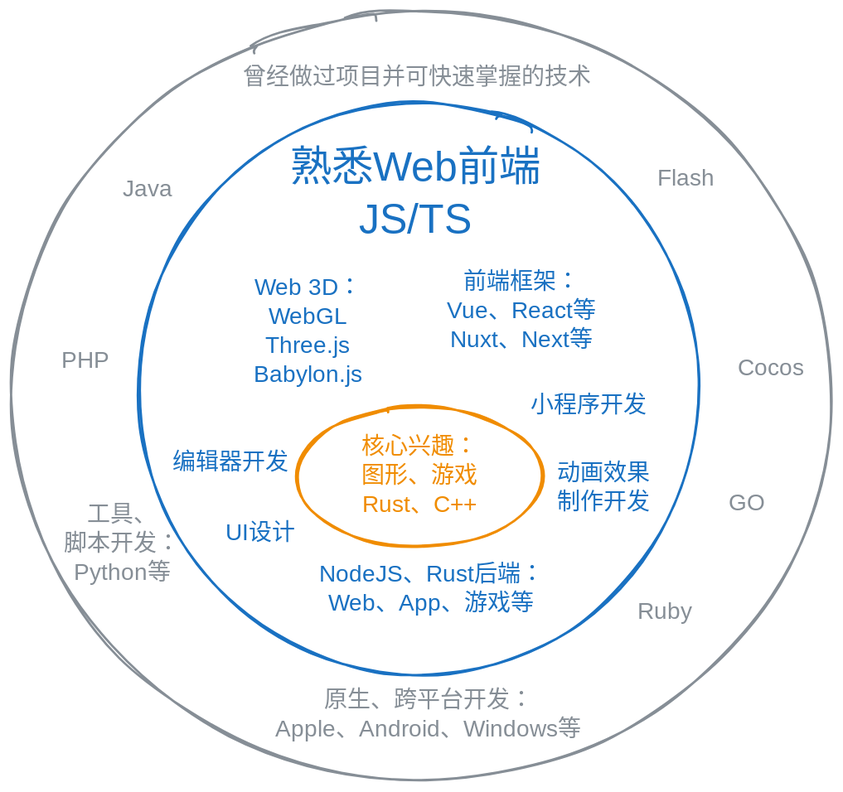
Before: public/images/my-it-skills2.excalidraw.svg, a diagram exported from Excalidraw (LiveCatXY/LiveBay). Source tidied: one line per element, renumbered; positions are measured from the earlier drawing's top-left corner, leaving out a move shared by most shapes.
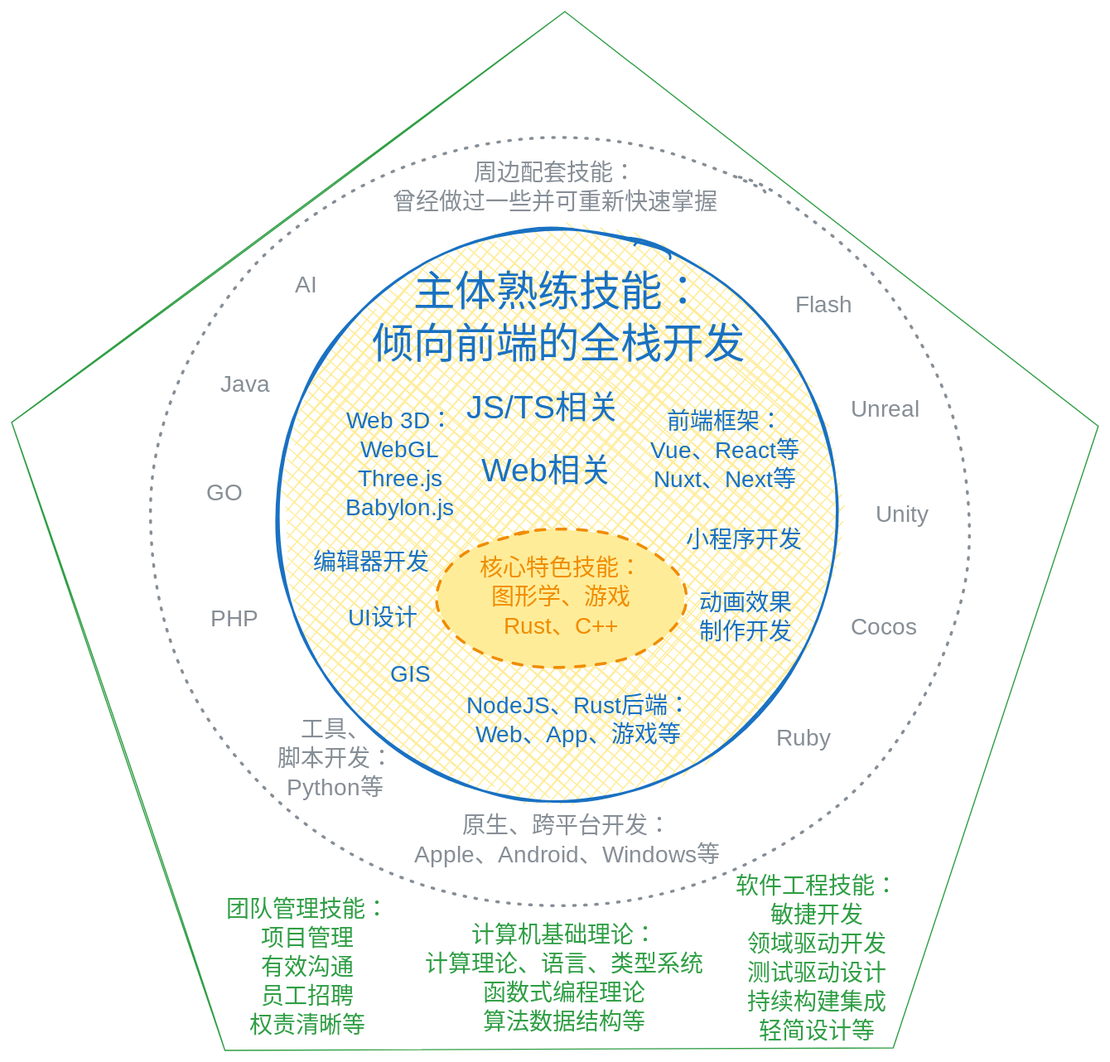
The same diagram one commit later.

What changed in the source:
```diff
@@ -1,21 +1,31 @@
+{"id": 21, "type": "line", "strokeColor": "#2f9e44", "strokeWidth": 1, "roughness": 1, "x": 358, "y": -109, "width": 937, "height": 896, "points": [[0, 0], [-477, 354], [-293, 896], [283, 894], [460, 358], [0, 0]]}
-{"id": 0, "type": "ellipse", "strokeColor": "#1971c2", "strokeWidth": 2, "roughness": 1, "round": true, "x": 110, "y": 78, "width": 482, "height": 494}
+{"id": 0, "type": "ellipse", "strokeColor": "#1971c2", "backgroundColor": "#ffec99", "fillStyle": "cross-hatch", "strokeWidth": 2, "roughness": 1, "round": true, "x": 110, "y": 78, "width": 482, "height": 494}
-{"id": 1, "type": "ellipse", "strokeColor": "#f08c00", "strokeWidth": 2, "roughness": 1, "round": true, "x": 245, "y": 341, "width": 213, "height": 120}
+{"id": 1, "type": "ellipse", "strokeColor": "#f08c00", "backgroundColor": "#ffec99", "fillStyle": "solid", "strokeWidth": 2, "strokeStyle": "dashed", "roughness": 1, "round": true, "x": 247, "y": 337, "width": 215, "height": 120}
-{"id": 2, "type": "text", "text": "核心兴趣：\n图形、游戏\nRust、C++", "strokeColor": "#f08c00", "strokeWidth": 2, "roughness": 1, "fontSize": 20, "fontFamily": 5, "textAlign": "center", "verticalAlign": "middle", "inside": 1, "x": 300, "y": 364, "width": 102, "height": 75}
+{"id": 2, "type": "text", "text": "核心特色技能：\n图形学、游戏\nRust、C++", "strokeColor": "#f08c00", "strokeWidth": 2, "roughness": 1, "fontSize": 20, "fontFamily": 5, "textAlign": "center", "verticalAlign": "middle", "inside": 1, "x": 284, "y": 360, "width": 140, "height": 75}
-{"id": 3, "type": "text", "text": "熟悉Web前端\nJS/TS", "strokeColor": "#1971c2", "strokeWidth": 2, "roughness": 1, "fontSize": 36, "fontFamily": 5, "textAlign": "center", "x": 243, "y": 114, "width": 211, "height": 90}
+{"id": 3, "type": "text", "text": "主体熟练技能：\n倾向前端的全栈开发", "strokeColor": "#1971c2", "strokeWidth": 2, "roughness": 1, "fontSize": 36, "fontFamily": 5, "textAlign": "center", "x": 190, "y": 113, "width": 324, "height": 90}
-{"id": 4, "type": "text", "text": "前端框架：\nVue、React等\nNuxt、Next等", "strokeColor": "#1971c2", "strokeWidth": 2, "roughness": 1, "fontSize": 20, "fontFamily": 5, "textAlign": "center", "x": 373, "y": 222, "width": 133, "height": 75}
+{"id": 4, "type": "text", "text": "前端框架：\nVue、React等\nNuxt、Next等", "strokeColor": "#1971c2", "strokeWidth": 2, "roughness": 1, "fontSize": 20, "fontFamily": 5, "textAlign": "center", "x": 429, "y": 233, "width": 133, "height": 75}
-{"id": 5, "type": "text", "text": "NodeJS、Rust后端：\nWeb、App、游戏等", "strokeColor": "#1971c2", "strokeWidth": 2, "roughness": 1, "fontSize": 20, "fontFamily": 5, "textAlign": "center", "x": 262, "y": 474, "width": 199, "height": 50}
+{"id": 5, "type": "text", "text": "NodeJS、Rust后端：\nWeb、App、游戏等", "strokeColor": "#1971c2", "strokeWidth": 2, "roughness": 1, "fontSize": 20, "fontFamily": 5, "textAlign": "center", "x": 270, "y": 478, "width": 199, "height": 50}
-{"id": 6, "type": "text", "text": "Web 3D：\nWebGL\nThree.js\nBabylon.js", "strokeColor": "#1971c2", "strokeWidth": 2, "roughness": 1, "fontSize": 20, "fontFamily": 5, "textAlign": "center", "x": 206, "y": 227, "width": 98, "height": 100}
+{"id": 6, "type": "text", "text": "Web 3D：\nWebGL\nThree.js\nBabylon.js", "strokeColor": "#1971c2", "strokeWidth": 2, "roughness": 1, "fontSize": 20, "fontFamily": 5, "textAlign": "center", "x": 166, "y": 233, "width": 98, "height": 100}
-{"id": 7, "type": "ellipse", "strokeColor": "#868e96", "strokeWidth": 2, "roughness": 1, "round": true, "x": 0, "y": 0, "width": 707, "height": 663}
+{"id": 7, "type": "ellipse", "strokeColor": "#868e96", "strokeWidth": 2, "strokeStyle": "dotted", "roughness": 1, "round": true, "x": 0, "y": 0, "width": 707, "height": 663}
 {"id": 8, "type": "text", "text": "原生、跨平台开发：\nApple、Android、Windows等", "strokeColor": "#868e96", "strokeWidth": 2, "roughness": 1, "fontSize": 20, "fontFamily": 5, "textAlign": "center", "x": 227, "y": 582, "width": 264, "height": 50}
-{"id": 9, "type": "text", "text": "工具、\n脚本开发：\nPython等", "strokeColor": "#868e96", "strokeWidth": 2, "roughness": 1, "fontSize": 20, "fontFamily": 5, "textAlign": "center", "x": 45, "y": 422, "width": 100, "height": 75}
+{"id": 9, "type": "text", "text": "工具、\n脚本开发：\nPython等", "strokeColor": "#868e96", "strokeWidth": 2, "roughness": 1, "fontSize": 20, "fontFamily": 5, "textAlign": "center", "x": 110, "y": 499, "width": 100, "height": 75}
-{"id": 10, "type": "text", "text": "动画效果\n制作开发", "strokeColor": "#1971c2", "strokeWidth": 2, "roughness": 1, "fontSize": 20, "fontFamily": 5, "textAlign": "center", "x": 470, "y": 387, "width": 80, "height": 50}
+{"id": 10, "type": "text", "text": "动画效果\n制作开发", "strokeColor": "#1971c2", "strokeWidth": 2, "roughness": 1, "fontSize": 20, "fontFamily": 5, "textAlign": "center", "x": 473, "y": 390, "width": 80, "height": 50}
-{"id": 11, "type": "text", "text": "UI设计", "strokeColor": "#1971c2", "strokeWidth": 2, "roughness": 1, "fontSize": 20, "fontFamily": 5, "textAlign": "center", "x": 181, "y": 438, "width": 65, "height": 25}
+{"id": 11, "type": "text", "text": "UI设计", "strokeColor": "#1971c2", "strokeWidth": 2, "roughness": 1, "fontSize": 20, "fontFamily": 5, "textAlign": "center", "x": 167, "y": 403, "width": 65, "height": 25}
+{"id": 22, "type": "text", "text": "GIS", "strokeColor": "#1971c2", "strokeWidth": 2, "roughness": 1, "fontSize": 20, "fontFamily": 5, "textAlign": "center", "x": 205, "y": 451, "width": 39, "height": 25}
-{"id": 12, "type": "text", "text": "编辑器开发", "strokeColor": "#1971c2", "strokeWidth": 2, "roughness": 1, "fontSize": 20, "fontFamily": 5, "textAlign": "center", "x": 138, "y": 377, "width": 100, "height": 25}
+{"id": 12, "type": "text", "text": "编辑器开发", "strokeColor": "#1971c2", "strokeWidth": 2, "roughness": 1, "fontSize": 20, "fontFamily": 5, "textAlign": "center", "x": 140, "y": 354, "width": 100, "height": 25}
 {"id": 13, "type": "text", "text": "Flash", "strokeColor": "#868e96", "strokeWidth": 2, "roughness": 1, "fontSize": 20, "fontFamily": 5, "textAlign": "center", "x": 555, "y": 133, "width": 51, "height": 25}
+{"id": 23, "type": "text", "text": "Unity", "strokeColor": "#868e96", "strokeWidth": 2, "roughness": 1, "fontSize": 20, "fontFamily": 5, "textAlign": "center", "x": 622, "y": 313, "width": 52, "height": 25}
+{"id": 24, "type": "text", "text": "Unreal", "strokeColor": "#868e96", "strokeWidth": 2, "roughness": 1, "fontSize": 20, "fontFamily": 5, "textAlign": "center", "x": 604, "y": 222, "width": 60, "height": 25}
-{"id": 14, "type": "text", "text": "GO", "strokeColor": "#868e96", "strokeWidth": 2, "roughness": 1, "fontSize": 20, "fontFamily": 5, "textAlign": "center", "x": 618, "y": 413, "width": 31, "height": 25}
+{"id": 14, "type": "text", "text": "GO", "strokeColor": "#868e96", "strokeWidth": 2, "roughness": 1, "fontSize": 20, "fontFamily": 5, "textAlign": "center", "x": 49, "y": 294, "width": 31, "height": 25}
 {"id": 15, "type": "text", "text": "Ruby", "strokeColor": "#868e96", "strokeWidth": 2, "roughness": 1, "fontSize": 20, "fontFamily": 5, "textAlign": "center", "x": 539, "y": 506, "width": 47, "height": 25}
-{"id": 16, "type": "text", "text": "Java", "strokeColor": "#868e96", "strokeWidth": 2, "roughness": 1, "fontSize": 20, "fontFamily": 5, "textAlign": "center", "x": 95, "y": 141, "width": 44, "height": 25}
+{"id": 16, "type": "text", "text": "Java", "strokeColor": "#868e96", "strokeWidth": 2, "roughness": 1, "fontSize": 20, "fontFamily": 5, "textAlign": "center", "x": 60, "y": 201, "width": 44, "height": 25}
-{"id": 17, "type": "text", "text": "曾经做过项目并可快速掌握的技术", "strokeColor": "#868e96", "strokeWidth": 2, "roughness": 1, "fontSize": 20, "fontFamily": 5, "textAlign": "center", "x": 199, "y": 45, "width": 300, "height": 25}
+{"id": 17, "type": "text", "text": "周边配套技能：\n曾经做过一些并可重新快速掌握", "strokeColor": "#868e96", "strokeWidth": 2, "roughness": 1, "fontSize": 20, "fontFamily": 5, "textAlign": "center", "x": 209, "y": 19, "width": 280, "height": 50}
-{"id": 18, "type": "text", "text": "Cocos", "strokeColor": "#868e96", "strokeWidth": 2, "roughness": 1, "fontSize": 20, "fontFamily": 5, "textAlign": "center", "x": 626, "y": 296, "width": 58, "height": 25}
+{"id": 18, "type": "text", "text": "Cocos", "strokeColor": "#868e96", "strokeWidth": 2, "roughness": 1, "fontSize": 20, "fontFamily": 5, "textAlign": "center", "x": 604, "y": 410, "width": 58, "height": 25}
-{"id": 19, "type": "text", "text": "PHP", "strokeColor": "#868e96", "strokeWidth": 2, "roughness": 1, "fontSize": 20, "fontFamily": 5, "textAlign": "center", "x": 44, "y": 289, "width": 39, "height": 25}
+{"id": 19, "type": "text", "text": "PHP", "strokeColor": "#868e96", "strokeWidth": 2, "roughness": 1, "fontSize": 20, "fontFamily": 5, "textAlign": "center", "x": 53, "y": 403, "width": 39, "height": 25}
-{"id": 20, "type": "text", "text": "小程序开发", "strokeColor": "#1971c2", "strokeWidth": 2, "roughness": 1, "fontSize": 20, "fontFamily": 5, "x": 448, "y": 328, "width": 100, "height": 25}
+{"id": 20, "type": "text", "text": "小程序开发", "strokeColor": "#1971c2", "strokeWidth": 2, "roughness": 1, "fontSize": 20, "fontFamily": 5, "x": 462, "y": 335, "width": 100, "height": 25}
+{"id": 25, "type": "text", "text": "计算机基础理论：\n计算理论、语言、类型系统\n函数式编程理论\n算法数据结构等", "strokeColor": "#2f9e44", "strokeWidth": 2, "strokeStyle": "dashed", "roughness": 1, "fontSize": 20, "fontFamily": 5, "textAlign": "center", "x": 237, "y": 676, "width": 240, "height": 100}
+{"id": 26, "type": "text", "text": "软件工程技能：\n敏捷开发\n领域驱动开发\n测试驱动设计\n持续构建集成\n轻简设计等", "strokeColor": "#2f9e44", "strokeWidth": 2, "strokeStyle": "dashed", "roughness": 1, "fontSize": 20, "fontFamily": 5, "textAlign": "center", "x": 505, "y": 634, "width": 140, "height": 150}
+{"id": 27, "type": "text", "text": "AI", "strokeColor": "#868e96", "strokeWidth": 2, "roughness": 1, "fontSize": 20, "fontFamily": 5, "textAlign": "center", "x": 122, "y": 115, "width": 24, "height": 25}
+{"id": 28, "type": "text", "text": "团队管理技能：\n项目管理\n有效沟通\n员工招聘\n权责清晰等", "strokeColor": "#2f9e44", "strokeWidth": 2, "strokeStyle": "dashed", "roughness": 1, "fontSize": 20, "fontFamily": 5, "textAlign": "center", "x": 66, "y": 654, "width": 140, "height": 125}
+{"id": 29, "type": "text", "text": "Web相关", "strokeColor": "#1971c2", "strokeWidth": 2, "roughness": 1, "fontSize": 28, "fontFamily": 5, "textAlign": "center", "x": 288, "y": 271, "width": 108, "height": 35}
+{"id": 30, "type": "text", "text": "JS/TS相关", "strokeColor": "#1971c2", "strokeWidth": 2, "roughness": 1, "fontSize": 28, "fontFamily": 5, "textAlign": "center", "x": 265, "y": 217, "width": 146, "height": 35}
```
